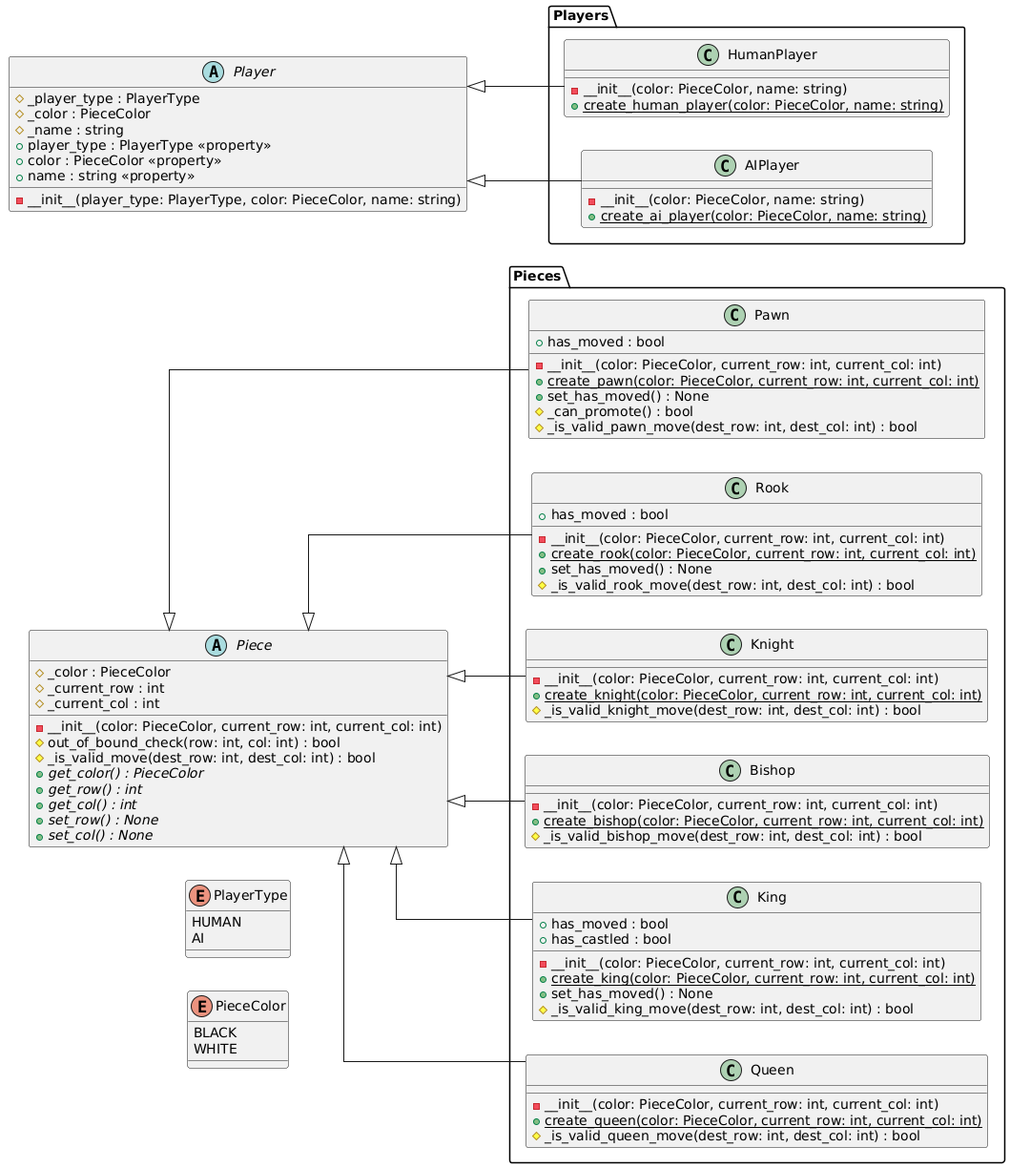
Above: ChessLite/class_diagrams/chess_uml_diagram.png in bharath-temp/ChessLite (PlantUML), before the change.
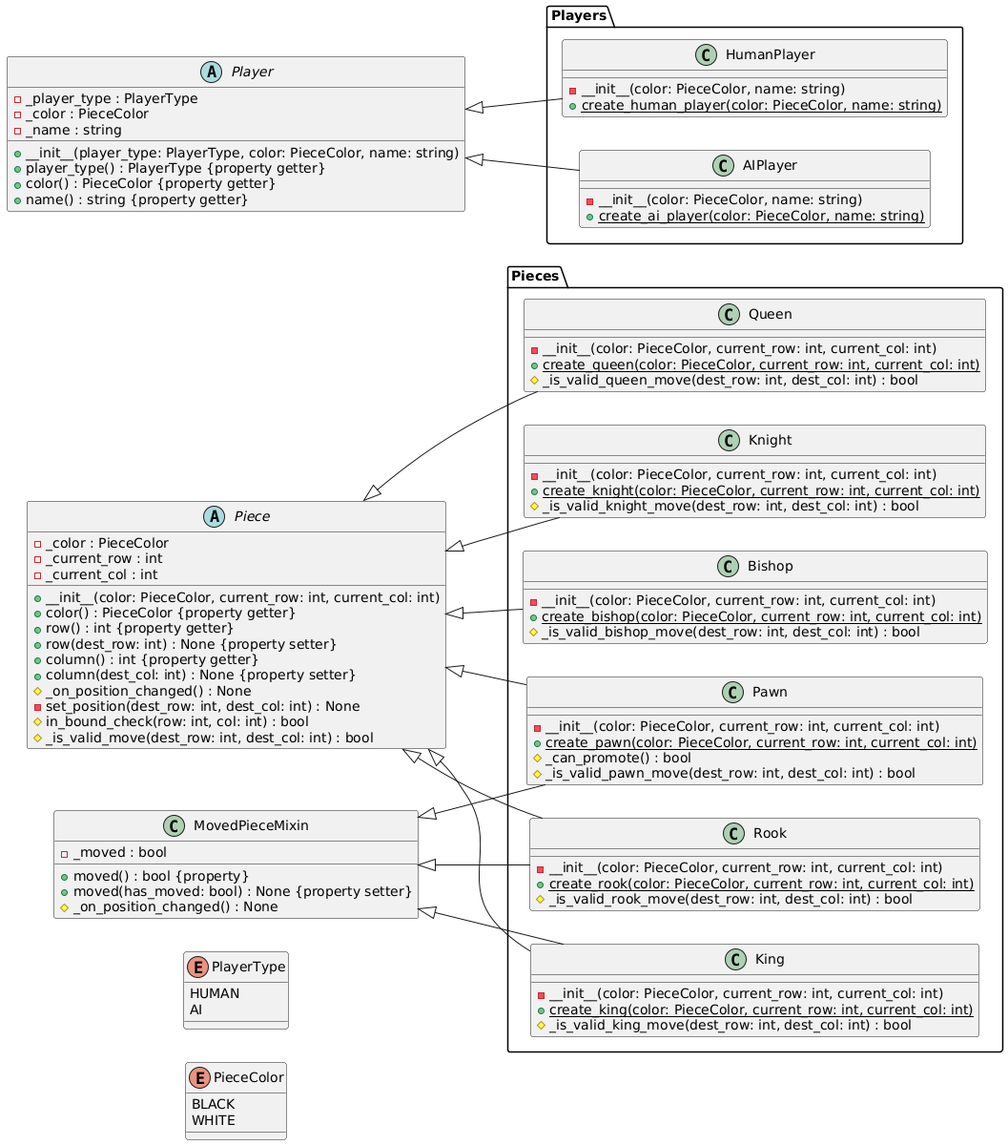
Later version of the same file.

The edit, as a diff of the source:
```diff
@@ -1,5 +1,4 @@
 @startuml
-skinparam linetype ortho
 left to right direction
 
 enum PieceColor{
@@ -13,34 +12,39 @@
 }
 
 abstract class Piece {
-    # _color : PieceColor
-    # _current_row : int
-    # _current_col : int
-    - __init__(color: PieceColor, current_row: int, current_col: int)
-    # out_of_bound_check(row: int, col: int) : bool
+    - _color : PieceColor
+    - _current_row : int
+    - _current_col : int
+    + __init__(color: PieceColor, current_row: int, current_col: int)
+    + color() : PieceColor {property getter}
+    + row() : int {property getter}
+    + row(dest_row: int) : None {property setter}
+    + column() : int {property getter}
+    + column(dest_col: int) : None {property setter}
+    # _on_position_changed() : None
+    - set_position(dest_row: int, dest_col: int) : None
+    # in_bound_check(row: int, col: int) : bool
     # _is_valid_move(dest_row: int, dest_col: int) : bool
-    + {abstract} get_color() : PieceColor
-    + {abstract} get_row() : int
-    + {abstract} get_col() : int
-    + {abstract} set_row() : None
-    + {abstract} set_col() : None
+}
+
+class MovedPieceMixin {
+    - _moved : bool
+    + moved() : bool {property}
+    + moved(has_moved: bool) : None {property setter}
+    # _on_position_changed() : None
 }
 
 package "Pieces" {
     class Pawn {
-        + has_moved : bool
         - __init__(color: PieceColor, current_row: int, current_col: int)
         + {static} create_pawn(color: PieceColor, current_row: int, current_col: int)
-        + set_has_moved() : None
         # _can_promote() : bool
         # _is_valid_pawn_move(dest_row: int, dest_col: int) : bool
     }
 
     class Rook {
-        + has_moved : bool
         - __init__(color: PieceColor, current_row: int, current_col: int)
         + {static} create_rook(color: PieceColor, current_row: int, current_col: int)
-        + set_has_moved() : None
         # _is_valid_rook_move(dest_row: int, dest_col: int) : bool
     }
 
@@ -57,11 +61,8 @@
     }
 
     class King {
-        + has_moved : bool
-        + has_castled : bool
         - __init__(color: PieceColor, current_row: int, current_col: int)
         + {static} create_king(color: PieceColor, current_row: int, current_col: int)
-        + set_has_moved() : None
         # _is_valid_king_move(dest_row: int, dest_col: int) : bool
     }
 
@@ -79,14 +80,18 @@
 Piece <|-- King
 Piece <|-- Queen
 
+MovedPieceMixin <|-- King
+MovedPieceMixin <|-- Pawn
+MovedPieceMixin <|-- Rook
+
 abstract class Player {
-    # _player_type : PlayerType
-    # _color : PieceColor
-    # _name : string
-    - __init__(player_type: PlayerType, color: PieceColor, name: string)
-    + player_type : PlayerType <<property>>
-    + color : PieceColor <<property>>
-    + name : string <<property>>
+    - _player_type : PlayerType
+    - _color : PieceColor
+    - _name : string
+    + __init__(player_type: PlayerType, color: PieceColor, name: string)
+    + player_type() : PlayerType {property getter}
+    + color() : PieceColor {property getter}
+    + name() : string {property getter}
 }
 
 package "Players" {
```
